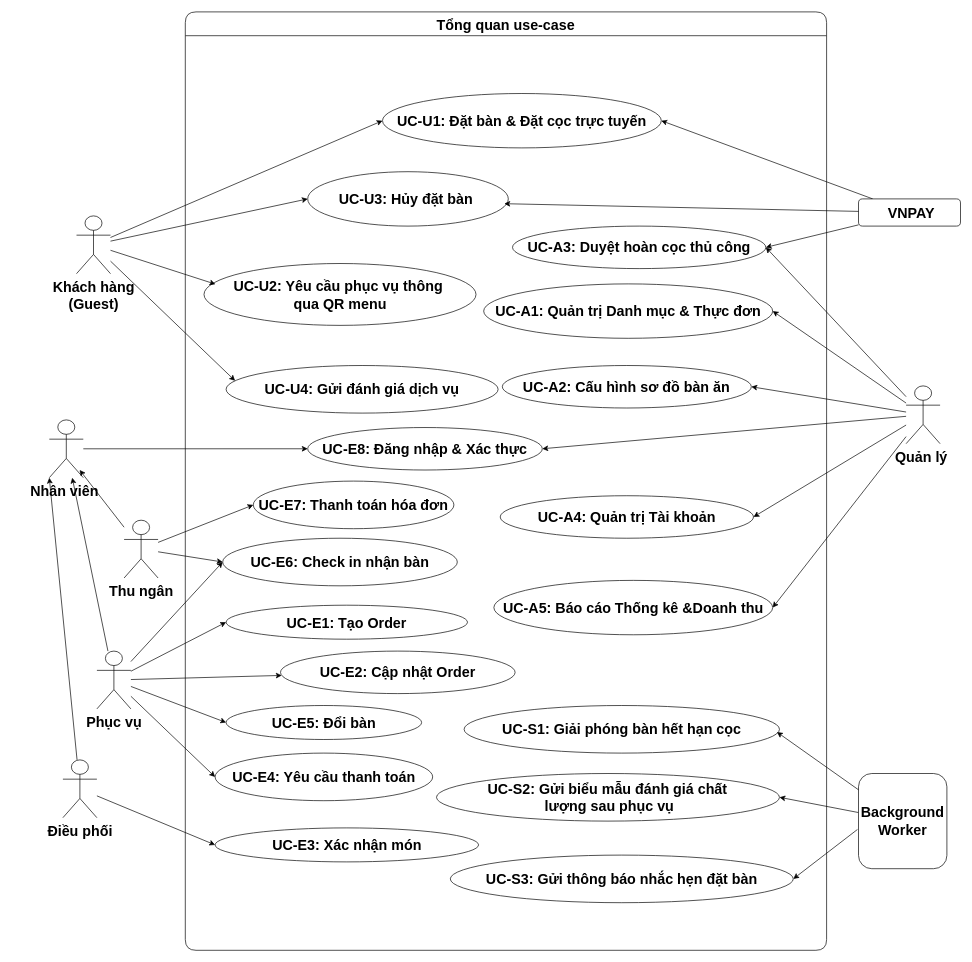
Earlier version of the draw.io diagram docs/phase1/drawio/use_case_overall.drawio (AndrewQng/VinDining). Source tidied: cells renumbered, new cells numbered last; positions are measured from the earlier drawing's top-left corner, leaving out a move shared by most shapes. Both pictures are drawn from the tidied source at 68%, with x=0, y=0 at pixel (49, 12).
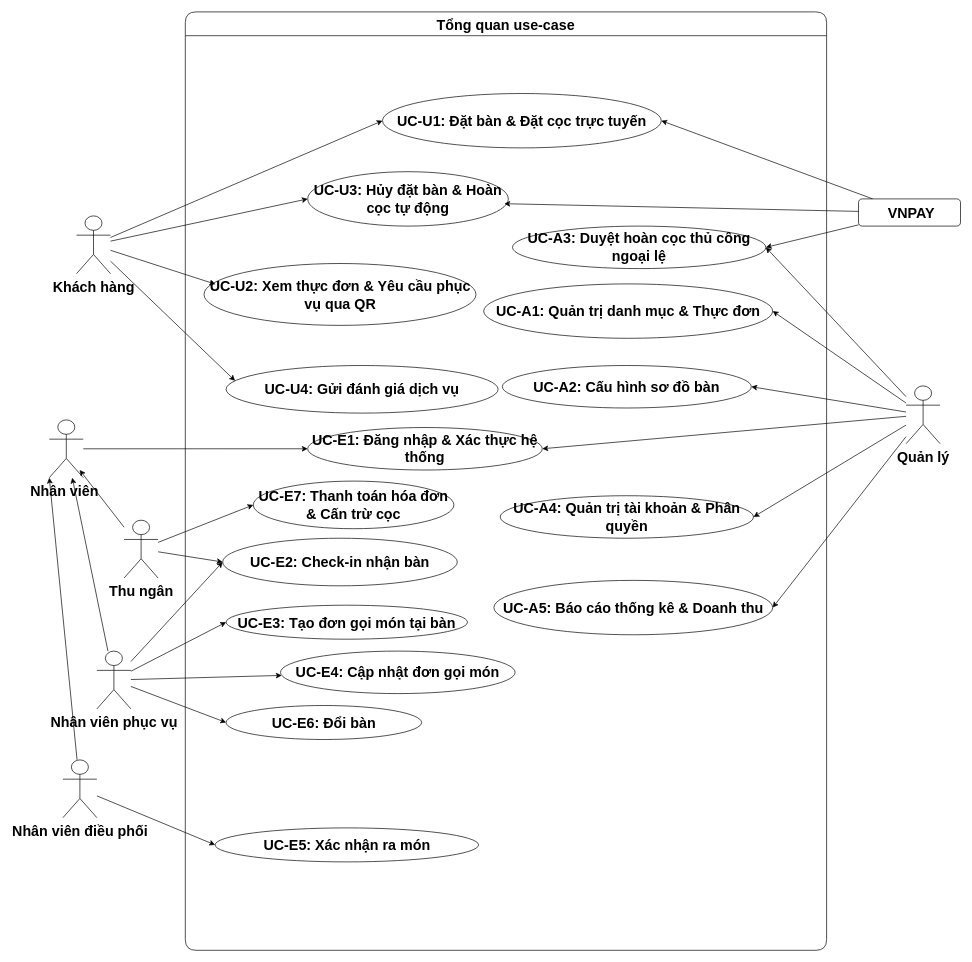
The same page after the edit.

Commit message (it also covers changes not shown here):
docs: dong bo dac ta chuan 16 use case khong bep, khong real-time, khong di ung

Unchanged cells that the change refers to:
```xml
<mxCell id="10" value="Tổng quan use-case" style="swimlane;startSize=35;fontStyle=1;rounded=1;fontSize=21;swimlaneLine=1;" parent="1" vertex="1">
  <mxGeometry x="200" width="943.1" height="1380" as="geometry" />
</mxCell>
```

Change to the diagram source:
```diff
@@
-    <mxCell id="3" value="Khách hàng&#10;(Guest)" style="shape=umlActor;verticalLabelPosition=bottom;verticalAlign=top;html=1;fontStyle=1;fontSize=21;" parent="1" vertex="1">
+    <mxCell id="3" value="Khách hàng" style="shape=umlActor;verticalLabelPosition=bottom;verticalAlign=top;html=1;fontStyle=1;fontSize=21;" parent="1" vertex="1">
       <mxGeometry x="40" y="300" width="50" height="85" as="geometry" />
     </mxCell>
@@
-    <mxCell id="6" value="Quản lý&amp;nbsp;&lt;br&gt;&lt;div&gt;&lt;br&gt;&lt;/div&gt;" style="shape=umlActor;verticalLabelPosition=bottom;verticalAlign=top;html=1;fontStyle=1;fontSize=21;" parent="1" vertex="1">
+    <mxCell id="6" value="Quản lý" style="shape=umlActor;verticalLabelPosition=bottom;verticalAlign=top;html=1;fontStyle=1;fontSize=21;" parent="1" vertex="1">
       <mxGeometry x="1260" y="550" width="50" height="85" as="geometry" />
     </mxCell>
-    <mxCell id="7" style="rounded=0;jettySize=auto;html=1;entryX=1;entryY=0.5;entryDx=0;entryDy=0;defaultLabelBackgroundColor=page;" parent="1" edge="1" source="9" target="30">
-      <mxGeometry relative="1" as="geometry" />
-    </mxCell>
-    <mxCell id="8" style="rounded=0;jettySize=auto;html=1;entryX=1;entryY=0.5;entryDx=0;entryDy=0;defaultLabelBackgroundColor=page;exitX=-0.012;exitY=0.588;exitDx=0;exitDy=0;exitPerimeter=0;" parent="1" edge="1" source="9" target="31">
-      <mxGeometry relative="1" as="geometry" />
-    </mxCell>
-    <mxCell id="9" value="&lt;div&gt;Background&lt;/div&gt;Worker" style="rounded=1;whiteSpace=wrap;html=1;fontStyle=1;fontSize=21;" parent="1" vertex="1">
-      <mxGeometry x="1190" y="1120" width="130" height="140" as="geometry" />
-    </mxCell>
@@
-    <mxCell id="11" value="UC-U1: Đặt bàn &amp;amp; Đặt cọc trực tuyến" style="ellipse;whiteSpace=wrap;html=1;fontSize=21;fontStyle=1;" parent="10" vertex="1">
+    <mxCell id="11" value="UC-U1: Đặt bàn &amp; Đặt cọc trực tuyến" style="ellipse;whiteSpace=wrap;html=1;fontSize=21;fontStyle=1;" parent="10" vertex="1">
       <mxGeometry x="290" y="120" width="410" height="80" as="geometry" />
     </mxCell>
-    <mxCell id="12" value="UC-U2: Yêu cầu phục vụ thông&amp;nbsp;&lt;div&gt;qua QR menu&lt;/div&gt;" style="ellipse;whiteSpace=wrap;html=1;fontSize=21;fontStyle=1;" parent="10" vertex="1">
+    <mxCell id="12" value="UC-U2: Xem thực đơn &amp; Yêu cầu phục vụ qua QR" style="ellipse;whiteSpace=wrap;html=1;fontSize=21;fontStyle=1;" parent="10" vertex="1">
       <mxGeometry x="27.5" y="370" width="400" height="91" as="geometry" />
     </mxCell>
-    <mxCell id="13" value="UC-U3: Hủy đặt bàn&amp;nbsp;" style="ellipse;whiteSpace=wrap;html=1;fontSize=21;fontStyle=1;" parent="10" vertex="1">
+    <mxCell id="13" value="UC-U3: Hủy đặt bàn &amp; Hoàn cọc tự động" style="ellipse;whiteSpace=wrap;html=1;fontSize=21;fontStyle=1;" parent="10" vertex="1">
       <mxGeometry x="180" y="235" width="295" height="80" as="geometry" />
     </mxCell>
@@
-    <mxCell id="15" value="UC-E3: Xác nhận món" style="ellipse;whiteSpace=wrap;html=1;fontSize=21;fontStyle=1;" parent="10" vertex="1">
+    <mxCell id="15" value="UC-E5: Xác nhận ra món" style="ellipse;whiteSpace=wrap;html=1;fontSize=21;fontStyle=1;" parent="10" vertex="1">
       <mxGeometry x="43.8" y="1200" width="387.5" height="50" as="geometry" />
     </mxCell>
-    <mxCell id="16" value="UC-S1: Giải phóng bàn hết hạn cọc" style="ellipse;whiteSpace=wrap;html=1;fontSize=21;fontStyle=1;" parent="10" vertex="1">
-      <mxGeometry x="410" y="1020" width="463.8" height="70" as="geometry" />
-    </mxCell>
-    <mxCell id="17" value="UC-A1: Quản trị Danh mục &amp;amp; Thực đơn" style="ellipse;whiteSpace=wrap;html=1;fontSize=21;fontStyle=1;" parent="10" vertex="1">
+    <mxCell id="17" value="UC-A1: Quản trị danh mục &amp; Thực đơn" style="ellipse;whiteSpace=wrap;html=1;fontSize=21;fontStyle=1;" parent="10" vertex="1">
       <mxGeometry x="438.8" y="400" width="425" height="80" as="geometry" />
     </mxCell>
-    <mxCell id="18" value="UC-A2: Cấu hình sơ đồ bàn ăn" style="ellipse;whiteSpace=wrap;html=1;fontSize=21;fontStyle=1;" parent="10" vertex="1">
+    <mxCell id="18" value="UC-A2: Cấu hình sơ đồ bàn" style="ellipse;whiteSpace=wrap;html=1;fontSize=21;fontStyle=1;" parent="10" vertex="1">
       <mxGeometry x="466.2" y="520" width="366.2" height="62.5" as="geometry" />
     </mxCell>
-    <mxCell id="19" value="UC-A3: Duyệt hoàn cọc thủ công" style="ellipse;whiteSpace=wrap;html=1;fontSize=21;fontStyle=1;" parent="10" vertex="1">
+    <mxCell id="19" value="UC-A3: Duyệt hoàn cọc thủ công ngoại lệ" style="ellipse;whiteSpace=wrap;html=1;fontSize=21;fontStyle=1;" parent="10" vertex="1">
       <mxGeometry x="481.2" y="315" width="372.5" height="62.5" as="geometry" />
     </mxCell>
-    <mxCell id="20" value="UC-A4: Quản trị Tài khoản" style="ellipse;whiteSpace=wrap;html=1;fontSize=21;fontStyle=1;" parent="10" vertex="1">
+    <mxCell id="20" value="UC-A4: Quản trị tài khoản &amp; Phân quyền" style="ellipse;whiteSpace=wrap;html=1;fontSize=21;fontStyle=1;" parent="10" vertex="1">
       <mxGeometry x="463.1" y="711.5" width="372.5" height="62.5" as="geometry" />
     </mxCell>
@@
-    <mxCell id="22" value="UC-A5: Báo cáo Thống kê &amp;amp;Doanh thu" style="ellipse;whiteSpace=wrap;html=1;fontSize=21;fontStyle=1;" parent="10" vertex="1">
+    <mxCell id="22" value="UC-A5: Báo cáo thống kê &amp; Doanh thu" style="ellipse;whiteSpace=wrap;html=1;fontSize=21;fontStyle=1;" parent="10" vertex="1">
       <mxGeometry x="453.8" y="836" width="410" height="80" as="geometry" />
     </mxCell>
-    <mxCell id="23" value="UC-E8: Đăng nhập &amp;amp; Xác thực" style="ellipse;whiteSpace=wrap;html=1;fontSize=21;fontStyle=1;" parent="10" vertex="1">
+    <mxCell id="23" value="UC-E1: Đăng nhập &amp; Xác thực hệ thống" style="ellipse;whiteSpace=wrap;html=1;fontSize=21;fontStyle=1;" parent="10" vertex="1">
       <mxGeometry x="180" y="611.2" width="345" height="62.5" as="geometry" />
     </mxCell>
-    <mxCell id="24" value="UC-E1: Tạo Order" style="ellipse;whiteSpace=wrap;html=1;fontSize=21;fontStyle=1;" parent="10" vertex="1">
+    <mxCell id="24" value="UC-E3: Tạo đơn gọi món tại bàn" style="ellipse;whiteSpace=wrap;html=1;fontSize=21;fontStyle=1;" parent="10" vertex="1">
       <mxGeometry x="60" y="872.5" width="355" height="50" as="geometry" />
     </mxCell>
-    <mxCell id="25" value="UC-E5: Đổi bàn" style="ellipse;whiteSpace=wrap;html=1;fontSize=21;fontStyle=1;" parent="10" vertex="1">
+    <mxCell id="25" value="UC-E6: Đổi bàn" style="ellipse;whiteSpace=wrap;html=1;fontSize=21;fontStyle=1;" parent="10" vertex="1">
       <mxGeometry x="60" y="1020" width="287.5" height="50" as="geometry" />
     </mxCell>
-    <mxCell id="26" value="UC-E7: Thanh toán hóa đơn" style="ellipse;whiteSpace=wrap;html=1;fontSize=21;fontStyle=1;" parent="10" vertex="1">
+    <mxCell id="26" value="UC-E7: Thanh toán hóa đơn &amp; Cấn trừ cọc" style="ellipse;whiteSpace=wrap;html=1;fontSize=21;fontStyle=1;" parent="10" vertex="1">
       <mxGeometry x="100" y="690" width="295" height="70" as="geometry" />
     </mxCell>
-    <mxCell id="27" value="UC-E6: Check in nhận bàn" style="ellipse;whiteSpace=wrap;html=1;fontSize=21;fontStyle=1;" parent="10" vertex="1">
+    <mxCell id="27" value="UC-E2: Check-in nhận bàn" style="ellipse;whiteSpace=wrap;html=1;fontSize=21;fontStyle=1;" parent="10" vertex="1">
       <mxGeometry x="55" y="774" width="345" height="70" as="geometry" />
     </mxCell>
-    <mxCell id="28" value="UC-E4: Yêu cầu thanh toán" style="ellipse;whiteSpace=wrap;html=1;fontSize=21;fontStyle=1;" parent="10" vertex="1">
-      <mxGeometry x="43.8" y="1090" width="320" height="70" as="geometry" />
-    </mxCell>
-    <mxCell id="29" value="UC-E2: Cập nhật Order" style="ellipse;whiteSpace=wrap;html=1;fontSize=21;fontStyle=1;" parent="10" vertex="1">
+    <mxCell id="29" value="UC-E4: Cập nhật đơn gọi món" style="ellipse;whiteSpace=wrap;html=1;fontSize=21;fontStyle=1;" parent="10" vertex="1">
       <mxGeometry x="140" y="940" width="345" height="62.5" as="geometry" />
     </mxCell>
-    <mxCell id="30" value="UC-S2: Gửi biểu mẫu đánh giá chất&lt;div&gt;&amp;nbsp;lượng sau phục vụ&lt;/div&gt;" style="ellipse;whiteSpace=wrap;html=1;fontSize=21;fontStyle=1;" parent="10" vertex="1">
-      <mxGeometry x="369.4" y="1120" width="504.4" height="70" as="geometry" />
-    </mxCell>
-    <mxCell id="31" value="UC-S3:&amp;nbsp;Gửi thông báo nhắc hẹn đặt bàn" style="ellipse;whiteSpace=wrap;html=1;fontSize=21;fontStyle=1;" parent="10" vertex="1">
-      <mxGeometry x="389.7" y="1240" width="504.4" height="70" as="geometry" />
-    </mxCell>
@@
-    <mxCell id="35" value="Điều phối" style="shape=umlActor;verticalLabelPosition=bottom;verticalAlign=top;html=1;fontStyle=1;fontSize=21;" parent="1" vertex="1">
+    <mxCell id="35" value="Nhân viên điều phối" style="shape=umlActor;verticalLabelPosition=bottom;verticalAlign=top;html=1;fontStyle=1;fontSize=21;" parent="1" vertex="1">
       <mxGeometry x="20" y="1100" width="50" height="85" as="geometry" />
     </mxCell>
@@
-    <mxCell id="38" style="rounded=0;jettySize=auto;html=1;defaultLabelBackgroundColor=page;entryX=0;entryY=0.5;entryDx=0;entryDy=0;" parent="1" edge="1" source="41" target="28">
-      <mxGeometry relative="1" as="geometry" />
-    </mxCell>
@@
-    <mxCell id="41" value="Phục vụ" style="shape=umlActor;verticalLabelPosition=bottom;verticalAlign=top;html=1;fontStyle=1;fontSize=21;" parent="1" vertex="1">
+    <mxCell id="41" value="Nhân viên phục vụ" style="shape=umlActor;verticalLabelPosition=bottom;verticalAlign=top;html=1;fontStyle=1;fontSize=21;" parent="1" vertex="1">
       <mxGeometry x="70" y="940" width="50" height="85" as="geometry" />
     </mxCell>
-    <mxCell id="42" style="rounded=0;jettySize=auto;html=1;entryX=0.992;entryY=0.558;entryDx=0;entryDy=0;entryPerimeter=0;" parent="1" edge="1" source="9" target="16">
-      <mxGeometry relative="1" as="geometry" />
-    </mxCell>
```
